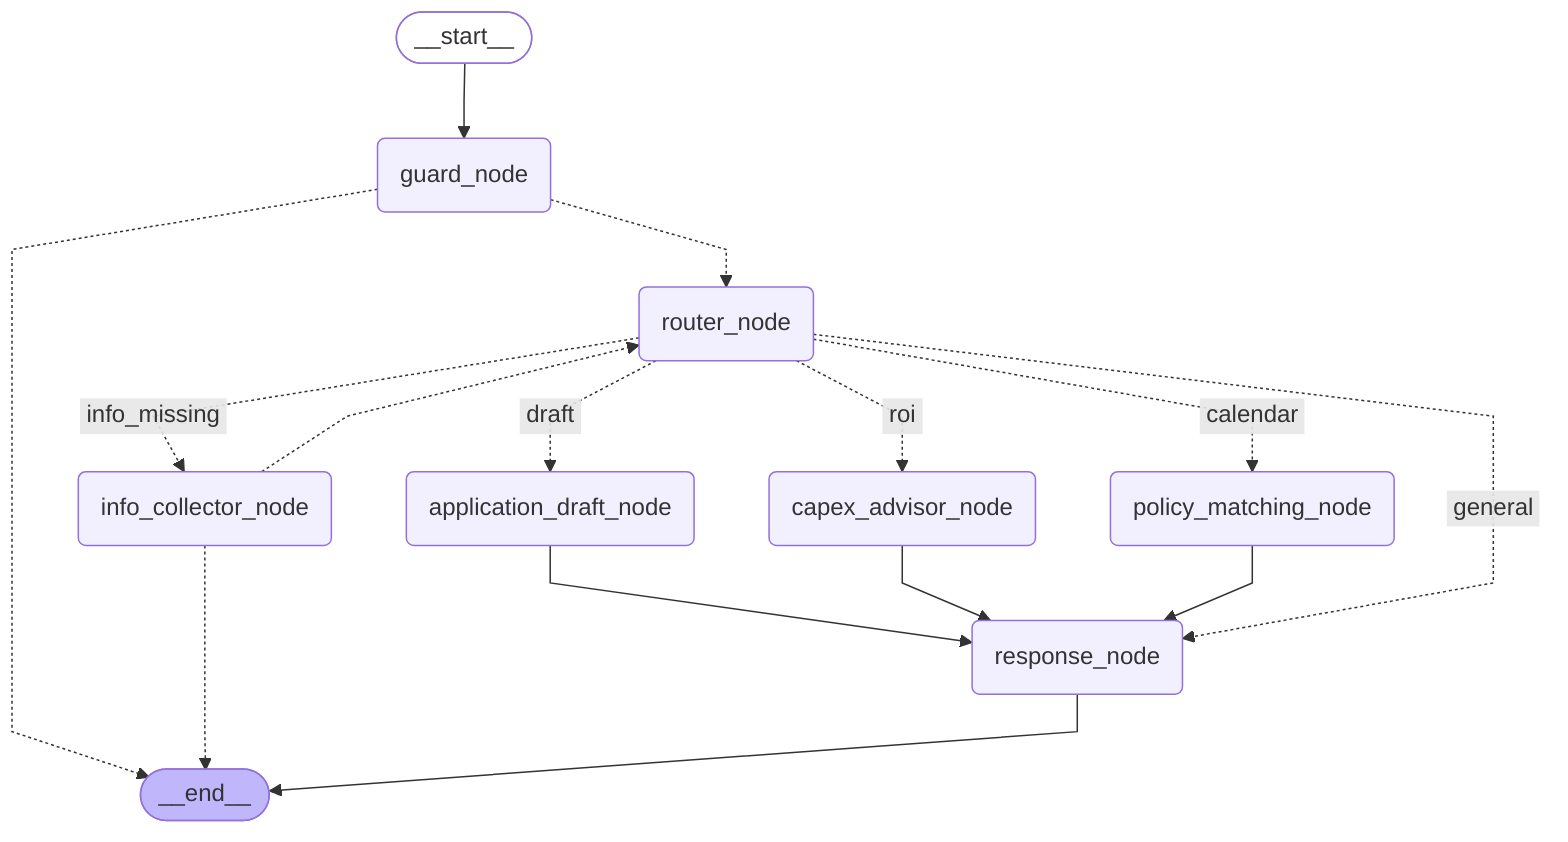
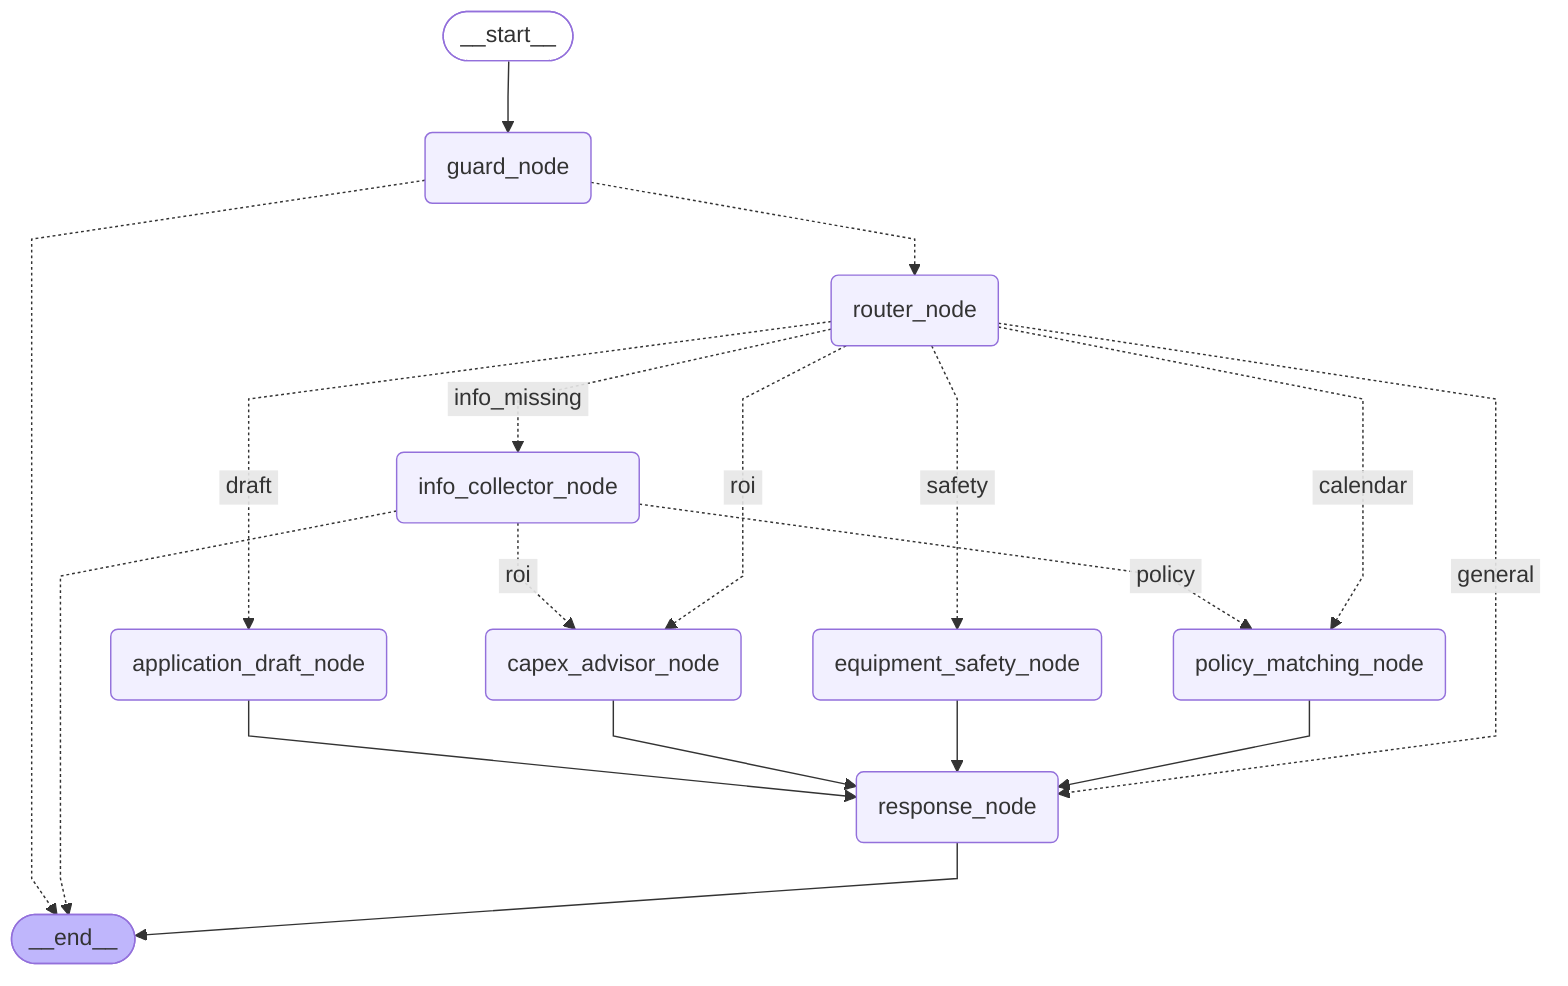
---
config:
  flowchart:
    curve: linear
---
graph TD;
	__start__([<p>__start__</p>]):::first
	guard_node(guard_node)
	router_node(router_node)
	info_collector_node(info_collector_node)
	capex_advisor_node(capex_advisor_node)
	policy_matching_node(policy_matching_node)
	application_draft_node(application_draft_node)
+ 	equipment_safety_node(equipment_safety_node)
	response_node(response_node)
	__end__([<p>__end__</p>]):::last
	__start__ --> guard_node;
	application_draft_node --> response_node;
	capex_advisor_node --> response_node;
+ 	equipment_safety_node --> response_node;
	guard_node -.-> __end__;
	guard_node -.-> router_node;
	info_collector_node -.-> __end__;
- 	info_collector_node -.-> router_node;
+ 	info_collector_node -. &nbsp;roi&nbsp; .-> capex_advisor_node;
+ 	info_collector_node -. &nbsp;policy&nbsp; .-> policy_matching_node;
	policy_matching_node --> response_node;
	router_node -. &nbsp;draft&nbsp; .-> application_draft_node;
	router_node -. &nbsp;roi&nbsp; .-> capex_advisor_node;
+ 	router_node -. &nbsp;safety&nbsp; .-> equipment_safety_node;
	router_node -. &nbsp;info_missing&nbsp; .-> info_collector_node;
	router_node -. &nbsp;calendar&nbsp; .-> policy_matching_node;
	router_node -. &nbsp;general&nbsp; .-> response_node;
	response_node --> __end__;
	classDef default fill:#f2f0ff,line-height:1.2
	classDef first fill-opacity:0
	classDef last fill:#bfb6fc
